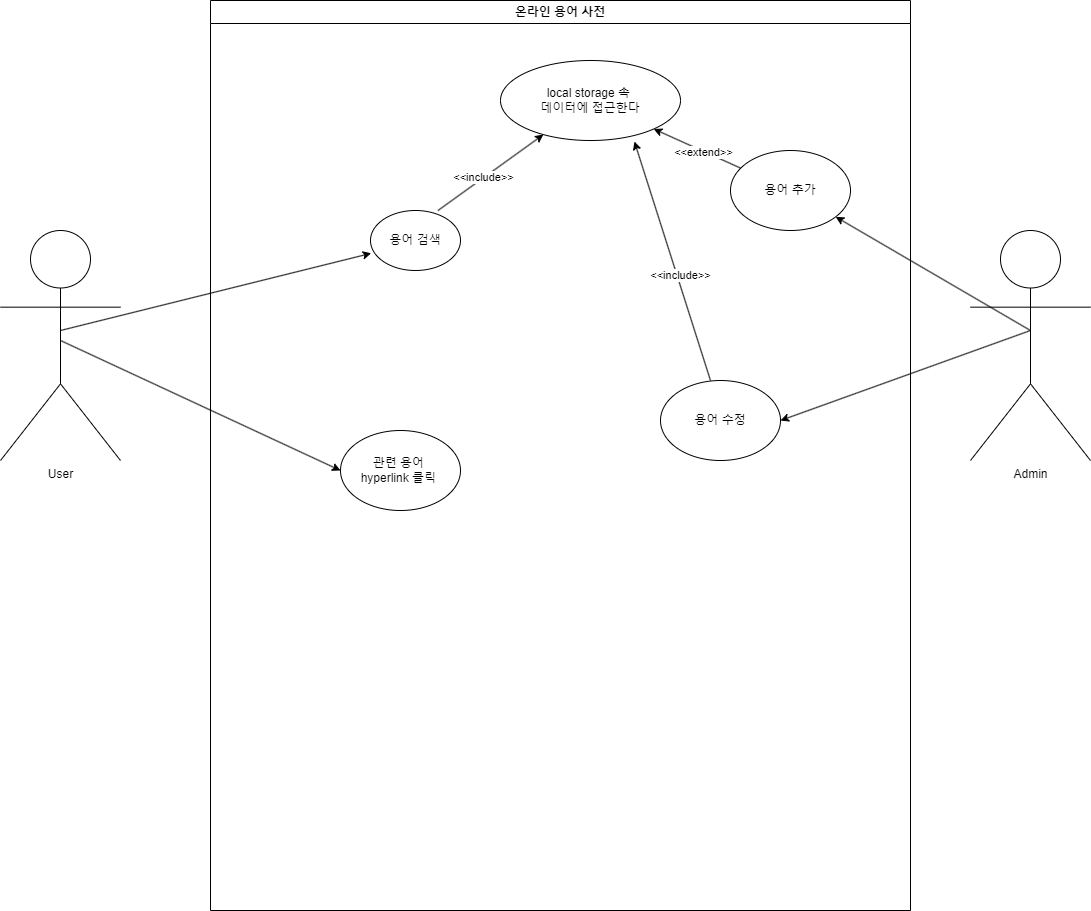
This is 용어사전web_mini_project.png from junHyeokP/Algorithm, a draw.io export, as it was before one commit. Source tidied: cells renumbered, new cells last; positions are measured from the earlier drawing's top-left corner, leaving out a move shared by most shapes.
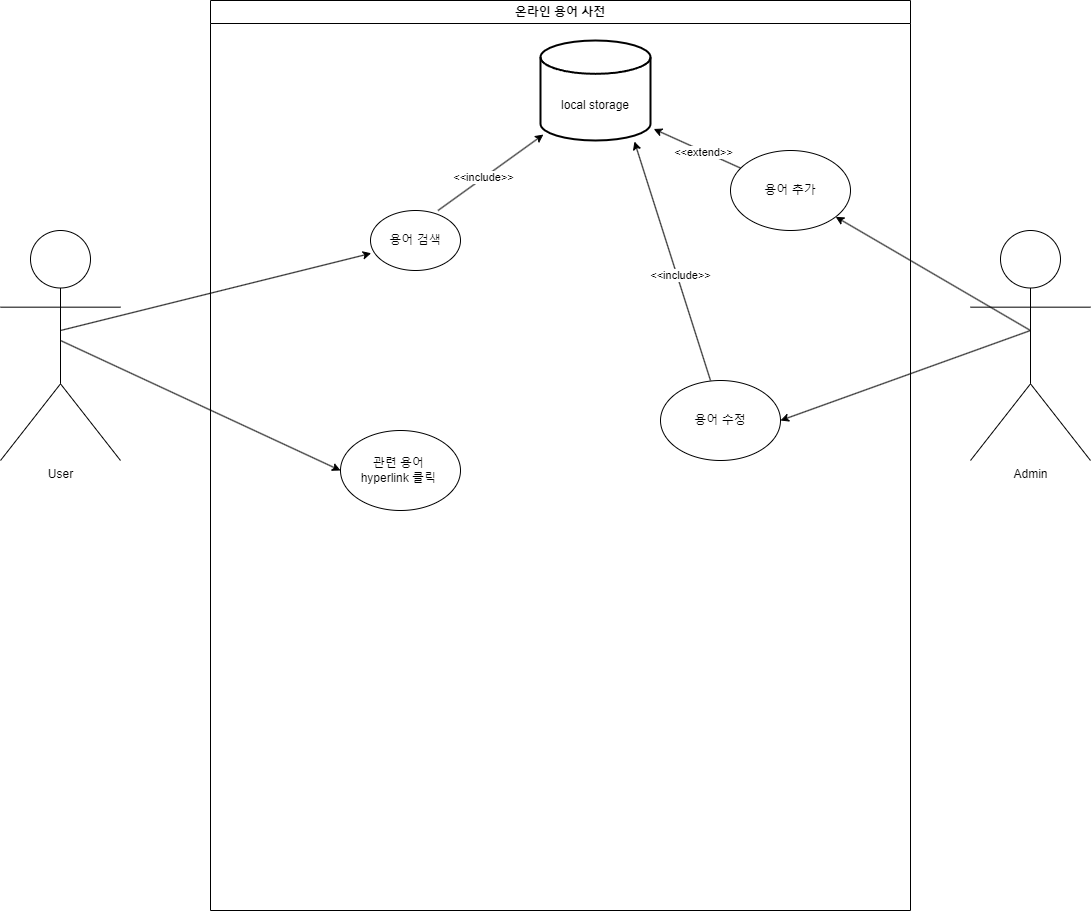
Above is the later version.

Commit message:
용어사전web_mini_project.png 업데이트

Diff of the diagram source:
```diff
@@ -17,11 +17,10 @@
     <mxCell id="6" value="&lt;span style=&quot;background-color: initial;&quot;&gt;관련 용어&amp;nbsp;&lt;/span&gt;&lt;div&gt;&lt;span style=&quot;background-color: initial;&quot;&gt;hyperlink&amp;nbsp;&lt;/span&gt;&lt;span style=&quot;background-color: initial;&quot;&gt;클릭&amp;nbsp;&lt;/span&gt;&lt;/div&gt;" style="ellipse;whiteSpace=wrap;html=1;" parent="4" vertex="1">
       <mxGeometry x="130" y="430" width="120" height="80" as="geometry" />
     </mxCell>
-    <mxCell id="7" value="local storage 속&amp;nbsp;&lt;div&gt;데이터에 접근한다&lt;/div&gt;" style="ellipse;whiteSpace=wrap;html=1;" parent="4" vertex="1">
-      <mxGeometry x="290" y="60" width="180" height="80" as="geometry" />
-    </mxCell>
-    <mxCell id="8" style="endArrow=classic;html=1;rounded=0;exitX=0.75;exitY=0;exitDx=0;exitDy=0;exitPerimeter=0;" parent="4" edge="1" source="5" target="7">
-      <mxGeometry relative="1" as="geometry" />
+    <mxCell id="8" style="endArrow=classic;html=1;rounded=0;exitX=0.75;exitY=0;exitDx=0;exitDy=0;exitPerimeter=0;" parent="4" edge="1" source="5">
+      <mxGeometry relative="1" as="geometry">
+        <mxPoint x="332.9" y="134.1" as="targetPoint" />
+      </mxGeometry>
     </mxCell>
     <mxCell id="9" value="&amp;lt;&amp;lt;include&amp;gt;&amp;gt;" style="edgeLabel;html=1;align=center;verticalAlign=middle;" parent="8" vertex="1">
       <mxGeometry x="-0.14" y="1" relative="1" as="geometry" />
@@ -29,8 +28,10 @@
     <mxCell id="10" value="용어 추가" style="ellipse;whiteSpace=wrap;html=1;" parent="4" vertex="1">
       <mxGeometry x="520" y="150" width="120" height="80" as="geometry" />
     </mxCell>
-    <mxCell id="11" style="endArrow=classic;html=1;rounded=0;" parent="4" edge="1" source="10" target="7">
-      <mxGeometry relative="1" as="geometry" />
+    <mxCell id="11" style="endArrow=classic;html=1;rounded=0;" parent="4" edge="1" source="10">
+      <mxGeometry relative="1" as="geometry">
+        <mxPoint x="443.2" y="128.5" as="targetPoint" />
+      </mxGeometry>
     </mxCell>
     <mxCell id="12" value="&amp;lt;&amp;lt;extend&amp;gt;&amp;gt;" style="edgeLabel;html=1;align=center;verticalAlign=middle;" parent="11" vertex="1">
       <mxGeometry x="-0.14" y="1" relative="1" as="geometry" />
@@ -38,14 +39,18 @@
     <mxCell id="13" value="용어 수정" style="ellipse;whiteSpace=wrap;html=1;" parent="4" vertex="1">
       <mxGeometry x="450" y="380" width="120" height="80" as="geometry" />
     </mxCell>
-    <mxCell id="14" style="endArrow=classic;html=1;rounded=0;entryX=0.744;entryY=1.013;entryDx=0;entryDy=0;entryPerimeter=0;" parent="4" edge="1" target="7">
+    <mxCell id="14" style="endArrow=classic;html=1;rounded=0;entryX=0.744;entryY=1.013;entryDx=0;entryDy=0;entryPerimeter=0;" parent="4" edge="1">
       <mxGeometry relative="1" as="geometry">
         <mxPoint x="500" y="380" as="sourcePoint" />
+        <mxPoint x="423.9" y="141" as="targetPoint" />
       </mxGeometry>
     </mxCell>
     <mxCell id="15" value="&amp;lt;&amp;lt;include&amp;gt;&amp;gt;" style="edgeLabel;html=1;align=center;verticalAlign=middle;" parent="14" vertex="1">
       <mxGeometry x="-0.12" y="-3" relative="1" as="geometry" />
     </mxCell>
+    <mxCell id="20" value="&lt;div&gt;&lt;br&gt;&lt;/div&gt;&lt;div&gt;&lt;br&gt;&lt;/div&gt;&lt;div&gt;local storage&lt;/div&gt;" style="strokeWidth=2;html=1;shape=mxgraph.flowchart.database;whiteSpace=wrap;" parent="4" vertex="1">
+      <mxGeometry x="330" y="40" width="110" height="100" as="geometry" />
+    </mxCell>
     <mxCell id="16" style="endArrow=classic;html=1;rounded=0;entryX=0;entryY=0.5;entryDx=0;entryDy=0;" parent="1" edge="1" target="6">
       <mxGeometry relative="1" as="geometry">
         <mxPoint x="60" y="340" as="sourcePoint" />
```
